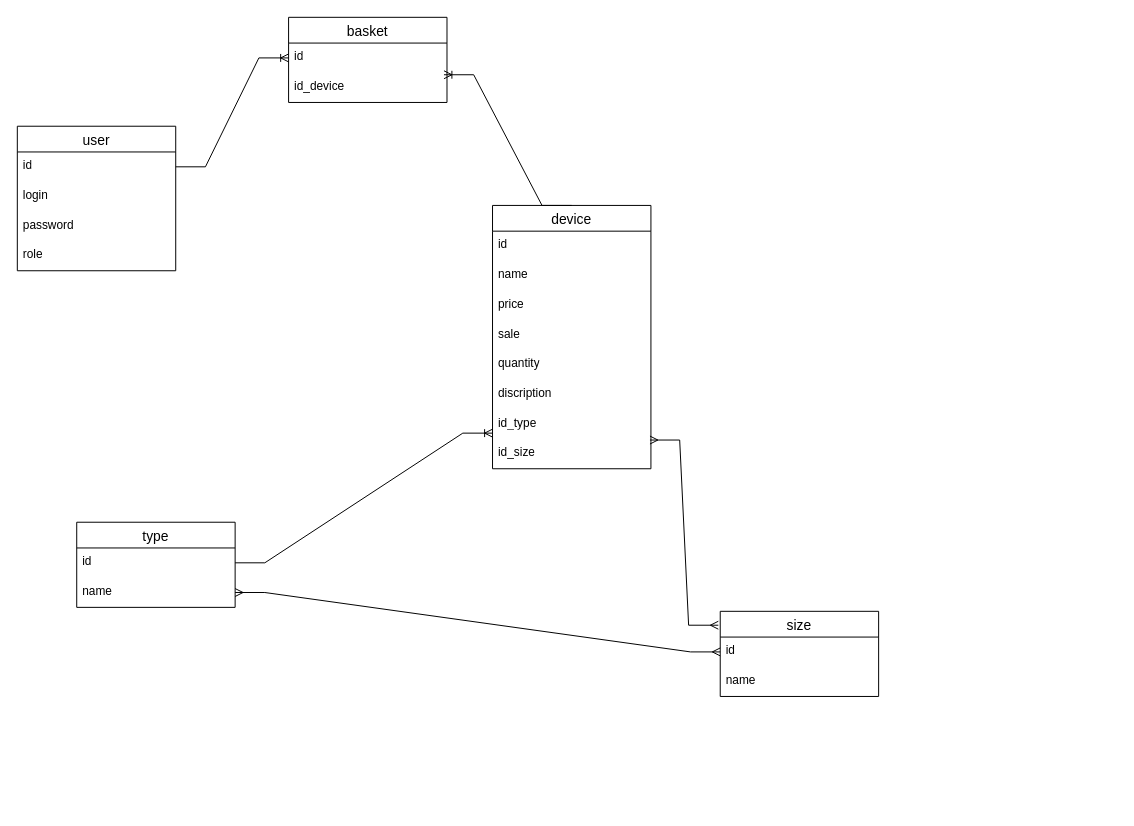
Before: shose.drawio in OlegGrn/draw_io, a draw.io diagram. Source tidied: cells renumbered, new cells numbered last; positions are measured from the earlier drawing's top-left corner, leaving out a move shared by most shapes. Both pictures are drawn from the tidied source at 99%, with x=0, y=0 at pixel (17, 17).
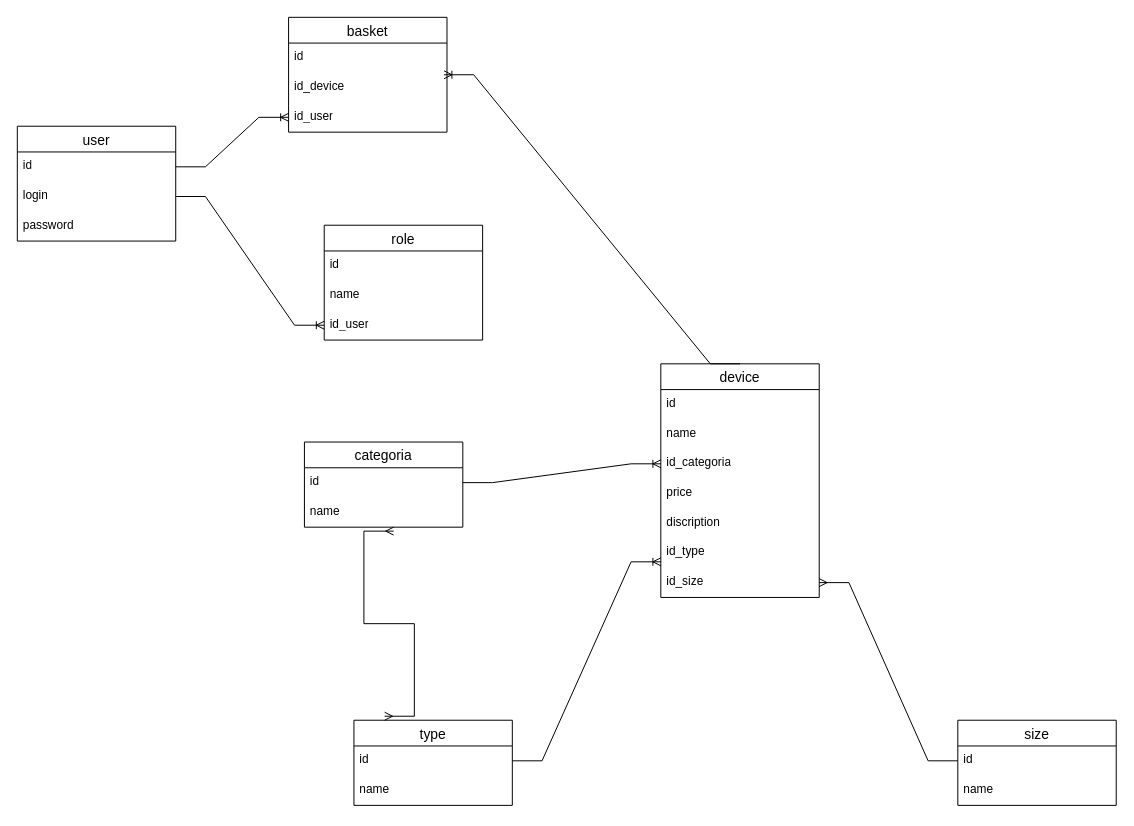
Above is the later version.

Unchanged cells that the change refers to:
```xml
<mxCell id="3" value="id" style="text;strokeColor=none;fillColor=none;spacingLeft=4;spacingRight=4;overflow=hidden;points=[[0,0.5],[1,0.5]];portConstraint=eastwest;fontSize=12;whiteSpace=wrap;html=1;" parent="2" vertex="1">
  <mxGeometry y="26" width="160" height="30" as="geometry" />
</mxCell>
<mxCell id="4" value="login" style="text;strokeColor=none;fillColor=none;spacingLeft=4;spacingRight=4;overflow=hidden;points=[[0,0.5],[1,0.5]];portConstraint=eastwest;fontSize=12;whiteSpace=wrap;html=1;" parent="2" vertex="1">
  <mxGeometry y="56" width="160" height="30" as="geometry" />
</mxCell>
<mxCell id="8" value="id" style="text;strokeColor=none;fillColor=none;spacingLeft=4;spacingRight=4;overflow=hidden;points=[[0,0.5],[1,0.5]];portConstraint=eastwest;fontSize=12;whiteSpace=wrap;html=1;" parent="7" vertex="1">
  <mxGeometry y="26" width="160" height="30" as="geometry" />
</mxCell>
<mxCell id="22" value="name" style="text;strokeColor=none;fillColor=none;spacingLeft=4;spacingRight=4;overflow=hidden;points=[[0,0.5],[1,0.5]];portConstraint=eastwest;fontSize=12;whiteSpace=wrap;html=1;" parent="20" vertex="1">
  <mxGeometry y="56" width="160" height="30" as="geometry" />
</mxCell>
<mxCell id="25" value="id" style="text;strokeColor=none;fillColor=none;spacingLeft=4;spacingRight=4;overflow=hidden;points=[[0,0.5],[1,0.5]];portConstraint=eastwest;fontSize=12;whiteSpace=wrap;html=1;" parent="24" vertex="1">
  <mxGeometry y="26" width="160" height="30" as="geometry" />
</mxCell>
```

What changed in the source:
```diff
@@
     <mxCell id="2" value="user" style="swimlane;fontStyle=0;horizontal=1;startSize=26;align=center;fontSize=14;" parent="1" vertex="1">
-      <mxGeometry y="110" width="160" height="146" as="geometry" />
+      <mxGeometry y="110" width="160" height="116" as="geometry" />
     </mxCell>
@@
-    <mxCell id="6" value="role" style="text;strokeColor=none;fillColor=none;spacingLeft=4;spacingRight=4;overflow=hidden;fontSize=12;whiteSpace=wrap;html=1;" parent="2" vertex="1">
-      <mxGeometry y="116" width="160" height="30" as="geometry" />
-    </mxCell>
     <mxCell id="7" value="basket" style="swimlane;fontStyle=0;horizontal=1;startSize=26;align=center;fontSize=14;" parent="1" vertex="1">
-      <mxGeometry x="274" width="160" height="86" as="geometry" />
+      <mxGeometry x="274" width="160" height="116" as="geometry" />
     </mxCell>
@@
+    <mxCell id="30" value="id_user" style="text;strokeColor=none;fillColor=none;spacingLeft=4;spacingRight=4;overflow=hidden;points=[[0,0.5],[1,0.5]];portConstraint=eastwest;fontSize=12;whiteSpace=wrap;html=1;" parent="7" vertex="1">
+      <mxGeometry y="86" width="160" height="30" as="geometry" />
+    </mxCell>
-    <mxCell id="10" style="edgeStyle=entityRelationEdgeStyle;fontSize=12;html=1;endArrow=ERoneToMany;rounded=0;entryX=0;entryY=0.5;entryDx=0;entryDy=0;exitX=1;exitY=0.5;exitDx=0;exitDy=0;" parent="1" edge="1" source="3" target="8">
+    <mxCell id="10" style="edgeStyle=entityRelationEdgeStyle;fontSize=12;html=1;endArrow=ERoneToMany;rounded=0;entryX=0;entryY=0.5;entryDx=0;entryDy=0;exitX=1;exitY=0.5;exitDx=0;exitDy=0;" parent="1" edge="1" source="3" target="30">
       <mxGeometry relative="1" as="geometry" />
     </mxCell>
     <mxCell id="11" value="device" style="swimlane;fontStyle=0;horizontal=1;startSize=26;align=center;fontSize=14;" parent="1" vertex="1">
-      <mxGeometry x="480" y="190" width="160" height="266" as="geometry" />
+      <mxGeometry x="650" y="350" width="160" height="236" as="geometry" />
     </mxCell>
@@
+    <mxCell id="31" value="id_categoria" style="text;strokeColor=none;fillColor=none;spacingLeft=4;spacingRight=4;overflow=hidden;points=[[0,0.5],[1,0.5]];portConstraint=eastwest;fontSize=12;whiteSpace=wrap;html=1;" parent="11" vertex="1">
+      <mxGeometry y="86" width="160" height="30" as="geometry" />
+    </mxCell>
     <mxCell id="14" value="price" style="text;strokeColor=none;fillColor=none;spacingLeft=4;spacingRight=4;overflow=hidden;fontSize=12;whiteSpace=wrap;html=1;" parent="11" vertex="1">
-      <mxGeometry y="86" width="160" height="30" as="geometry" />
+      <mxGeometry y="116" width="160" height="30" as="geometry" />
     </mxCell>
-    <mxCell id="15" value="sale" style="text;strokeColor=none;fillColor=none;spacingLeft=4;spacingRight=4;overflow=hidden;fontSize=12;whiteSpace=wrap;html=1;" parent="11" vertex="1">
-      <mxGeometry y="116" width="160" height="30" as="geometry" />
-    </mxCell>
-    <mxCell id="16" value="quantity" style="text;strokeColor=none;fillColor=none;spacingLeft=4;spacingRight=4;overflow=hidden;fontSize=12;whiteSpace=wrap;html=1;" parent="11" vertex="1">
-      <mxGeometry y="146" width="160" height="30" as="geometry" />
-    </mxCell>
     <mxCell id="17" value="discription" style="text;strokeColor=none;fillColor=none;spacingLeft=4;spacingRight=4;overflow=hidden;fontSize=12;whiteSpace=wrap;html=1;" parent="11" vertex="1">
-      <mxGeometry y="176" width="160" height="30" as="geometry" />
+      <mxGeometry y="146" width="160" height="30" as="geometry" />
     </mxCell>
     <mxCell id="18" value="id_type" style="text;strokeColor=none;fillColor=none;spacingLeft=4;spacingRight=4;overflow=hidden;points=[[0,0.5],[1,0.5]];portConstraint=eastwest;fontSize=12;whiteSpace=wrap;html=1;" parent="11" vertex="1">
-      <mxGeometry y="206" width="160" height="30" as="geometry" />
+      <mxGeometry y="176" width="160" height="30" as="geometry" />
     </mxCell>
     <mxCell id="19" value="id_size" style="text;strokeColor=none;fillColor=none;spacingLeft=4;spacingRight=4;overflow=hidden;points=[[0,0.5],[1,0.5]];portConstraint=eastwest;fontSize=12;whiteSpace=wrap;html=1;" parent="11" vertex="1">
-      <mxGeometry y="236" width="160" height="30" as="geometry" />
+      <mxGeometry y="206" width="160" height="30" as="geometry" />
     </mxCell>
     <mxCell id="20" value="type" style="swimlane;fontStyle=0;horizontal=1;startSize=26;align=center;fontSize=14;" parent="1" vertex="1">
-      <mxGeometry x="60" y="510" width="160" height="86" as="geometry" />
+      <mxGeometry x="340" y="710" width="160" height="86" as="geometry" />
     </mxCell>
@@
     <mxCell id="24" value="size" style="swimlane;fontStyle=0;horizontal=1;startSize=26;align=center;fontSize=14;" parent="1" vertex="1">
-      <mxGeometry x="710" y="600" width="160" height="86" as="geometry" />
+      <mxGeometry x="950" y="710" width="160" height="86" as="geometry" />
     </mxCell>
@@
-    <mxCell id="27" style="edgeStyle=entityRelationEdgeStyle;fontSize=12;html=1;endArrow=ERmany;startArrow=ERmany;rounded=0;entryX=0;entryY=0.5;entryDx=0;entryDy=0;exitX=1;exitY=0.5;exitDx=0;exitDy=0;" parent="1" edge="1" source="22" target="25">
-      <mxGeometry relative="1" as="geometry" />
-    </mxCell>
-    <mxCell id="28" style="edgeStyle=entityRelationEdgeStyle;fontSize=12;html=1;endArrow=ERmany;startArrow=ERmany;rounded=0;exitX=0.994;exitY=0.033;exitDx=0;exitDy=0;exitPerimeter=0;entryX=-0.012;entryY=0.163;entryDx=0;entryDy=0;entryPerimeter=0;" parent="1" edge="1" source="19" target="24">
-      <mxGeometry relative="1" as="geometry" />
-    </mxCell>
@@
+    <mxCell id="6" value="role" style="swimlane;fontStyle=0;horizontal=1;startSize=26;align=center;fontSize=14;" parent="1" vertex="1">
+      <mxGeometry x="310" y="210" width="160" height="116" as="geometry" />
+    </mxCell>
+    <mxCell id="32" value="id" style="text;strokeColor=none;fillColor=none;spacingLeft=4;spacingRight=4;overflow=hidden;fontSize=12;whiteSpace=wrap;html=1;" parent="6" vertex="1">
+      <mxGeometry y="26" width="160" height="30" as="geometry" />
+    </mxCell>
+    <mxCell id="33" value="name" style="text;strokeColor=none;fillColor=none;spacingLeft=4;spacingRight=4;overflow=hidden;fontSize=12;whiteSpace=wrap;html=1;" parent="6" vertex="1">
+      <mxGeometry y="56" width="160" height="30" as="geometry" />
+    </mxCell>
+    <mxCell id="34" value="id_user" style="text;strokeColor=none;fillColor=none;spacingLeft=4;spacingRight=4;overflow=hidden;points=[[0,0.5],[1,0.5]];portConstraint=eastwest;fontSize=12;whiteSpace=wrap;html=1;" parent="6" vertex="1">
+      <mxGeometry y="86" width="160" height="30" as="geometry" />
+    </mxCell>
+    <mxCell id="35" style="edgeStyle=entityRelationEdgeStyle;fontSize=12;html=1;endArrow=ERoneToMany;rounded=0;entryX=0;entryY=0.5;entryDx=0;entryDy=0;exitX=1;exitY=0.5;exitDx=0;exitDy=0;" parent="1" edge="1" source="4" target="34">
+      <mxGeometry relative="1" as="geometry" />
+    </mxCell>
+    <mxCell id="36" value="categoria" style="swimlane;fontStyle=0;horizontal=1;startSize=26;align=center;fontSize=14;" parent="1" vertex="1">
+      <mxGeometry x="290" y="429" width="160" height="86" as="geometry" />
+    </mxCell>
+    <mxCell id="37" value="id" style="text;strokeColor=none;fillColor=none;spacingLeft=4;spacingRight=4;overflow=hidden;points=[[0,0.5],[1,0.5]];portConstraint=eastwest;fontSize=12;whiteSpace=wrap;html=1;" parent="36" vertex="1">
+      <mxGeometry y="26" width="160" height="30" as="geometry" />
+    </mxCell>
+    <mxCell id="38" value="name" style="text;strokeColor=none;fillColor=none;spacingLeft=4;spacingRight=4;overflow=hidden;points=[[0,0.5],[1,0.5]];portConstraint=eastwest;fontSize=12;whiteSpace=wrap;html=1;" parent="36" vertex="1">
+      <mxGeometry y="56" width="160" height="30" as="geometry" />
+    </mxCell>
+    <mxCell id="39" style="edgeStyle=entityRelationEdgeStyle;fontSize=12;html=1;endArrow=ERoneToMany;rounded=0;entryX=0;entryY=0.5;entryDx=0;entryDy=0;exitX=1;exitY=0.5;exitDx=0;exitDy=0;" parent="1" edge="1" source="37" target="31">
+      <mxGeometry relative="1" as="geometry" />
+    </mxCell>
+    <mxCell id="40" style="edgeStyle=entityRelationEdgeStyle;fontSize=12;html=1;endArrow=ERmany;startArrow=ERmany;rounded=0;entryX=0.563;entryY=1.133;entryDx=0;entryDy=0;entryPerimeter=0;exitX=0.194;exitY=-0.047;exitDx=0;exitDy=0;exitPerimeter=0;" parent="1" edge="1" source="20" target="38">
+      <mxGeometry relative="1" as="geometry" />
+    </mxCell>
+    <mxCell id="41" style="edgeStyle=entityRelationEdgeStyle;fontSize=12;html=1;endArrow=ERmany;rounded=0;exitX=0;exitY=0.5;exitDx=0;exitDy=0;entryX=1;entryY=0.5;entryDx=0;entryDy=0;" parent="1" edge="1" source="25" target="19">
+      <mxGeometry relative="1" as="geometry" />
+    </mxCell>
```
